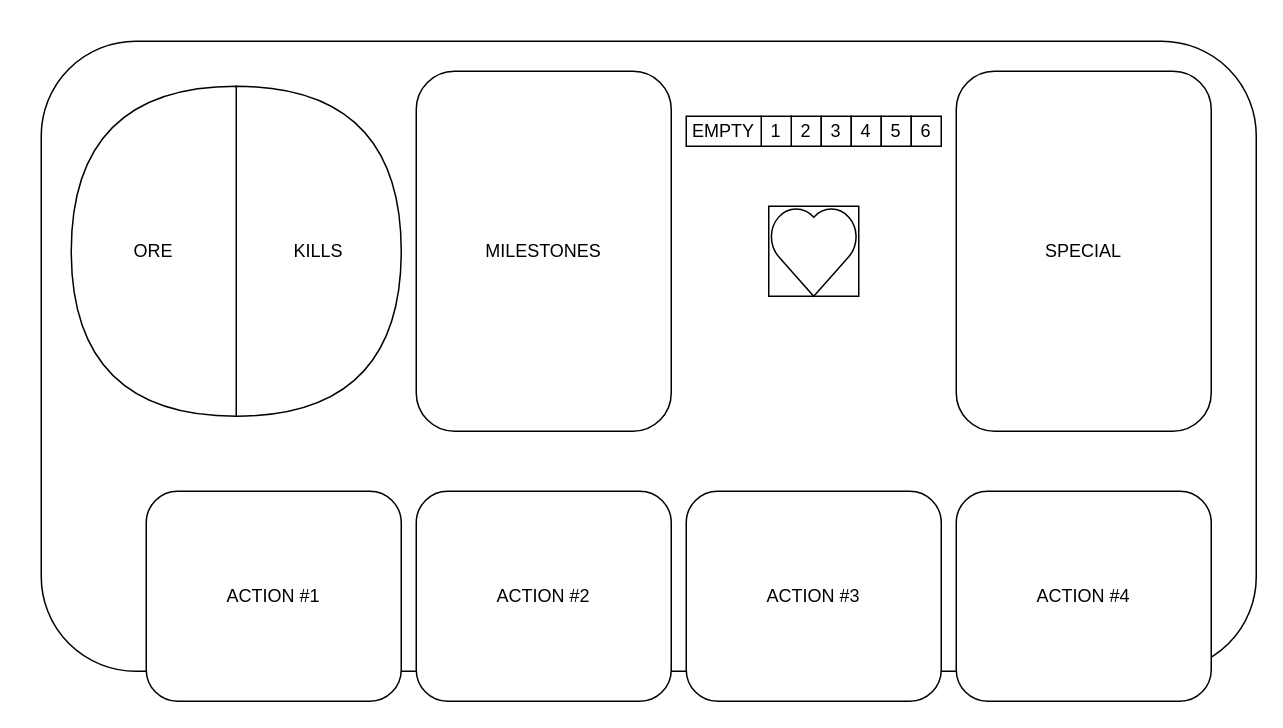
The draw.io diagram DRBG_PBoard.drawio in eldritch-bender/DRBG, before the edit. Source tidied: cells renumbered, new cells numbered last; positions are measured from the earlier drawing's top-left corner, leaving out a move shared by most shapes. Both pictures are drawn from the tidied source at 150%, with x=0, y=0 at pixel (40, 40).
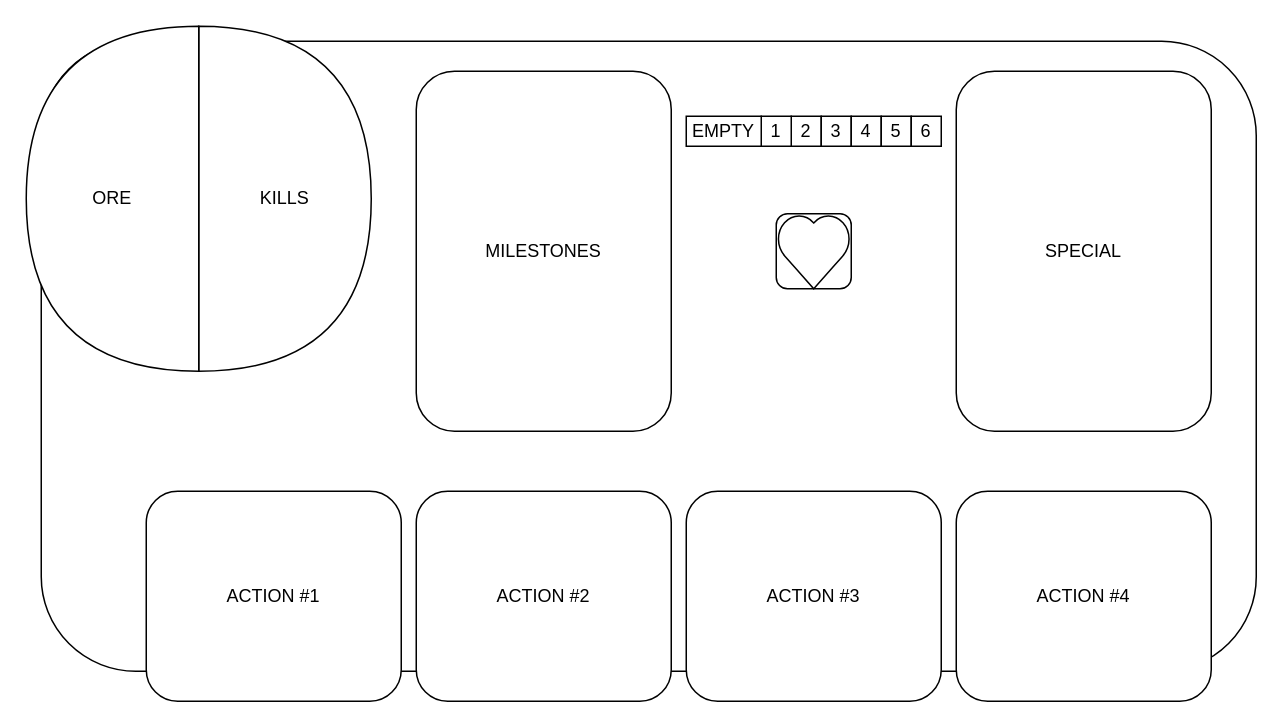
The same page after the edit.

The edit, as a diff of the source:
```diff
@@
-    <mxCell id="9" style="group;" parent="1" vertex="1">
+    <mxCell id="9" style="group;rounded=1;" parent="1" vertex="1">
       <mxGeometry x="430" y="50" width="170" height="20" as="geometry" />
     </mxCell>
@@
-    <mxCell id="17" style="group;" parent="1" vertex="1">
-      <mxGeometry x="485" y="110" width="60" height="60" as="geometry" />
+    <mxCell id="17" style="group;rounded=0;glass=0;" parent="1" vertex="1">
+      <mxGeometry x="490" y="115" width="50" height="50" as="geometry" />
     </mxCell>
-    <mxCell id="18" style="rounded=0;whiteSpace=wrap;html=1;" parent="17" vertex="1">
-      <mxGeometry width="60" height="60" as="geometry" />
+    <mxCell id="18" style="rounded=1;whiteSpace=wrap;html=1;" parent="17" vertex="1">
+      <mxGeometry width="50" height="50" as="geometry" />
     </mxCell>
     <mxCell id="19" style="verticalLabelPosition=bottom;verticalAlign=top;html=1;shape=mxgraph.basic.heart;" parent="17" vertex="1">
-      <mxGeometry width="60" height="60" as="geometry" />
+      <mxGeometry width="50" height="50" as="geometry" />
     </mxCell>
     <mxCell id="20" style="group;" parent="1" vertex="1">
-      <mxGeometry x="20" y="30" width="220" height="220" as="geometry" />
+      <mxGeometry x="-10" y="-10" width="230" height="230" as="geometry" />
     </mxCell>
     <mxCell id="21" value="KILLS" style="shape=or;whiteSpace=wrap;html=1;" parent="20" vertex="1">
-      <mxGeometry x="110" width="110" height="220" as="geometry" />
+      <mxGeometry x="115" width="115" height="230" as="geometry" />
     </mxCell>
     <mxCell id="22" value="ORE" style="shape=or;whiteSpace=wrap;html=1;flipH=1;" parent="20" vertex="1">
-      <mxGeometry width="110" height="220" as="geometry" />
+      <mxGeometry width="115" height="230" as="geometry" />
     </mxCell>
```
